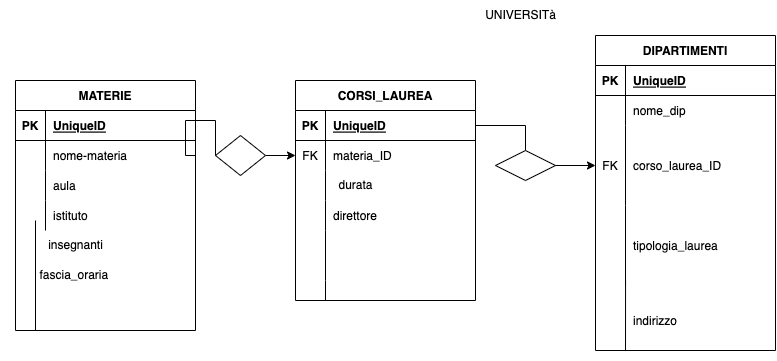
This is university.png from DezVibez/db-university, a draw.io export, as it was before one commit. Source tidied: cells renumbered, new cells last; positions are measured from the earlier drawing's top-left corner, leaving out a move shared by most shapes.
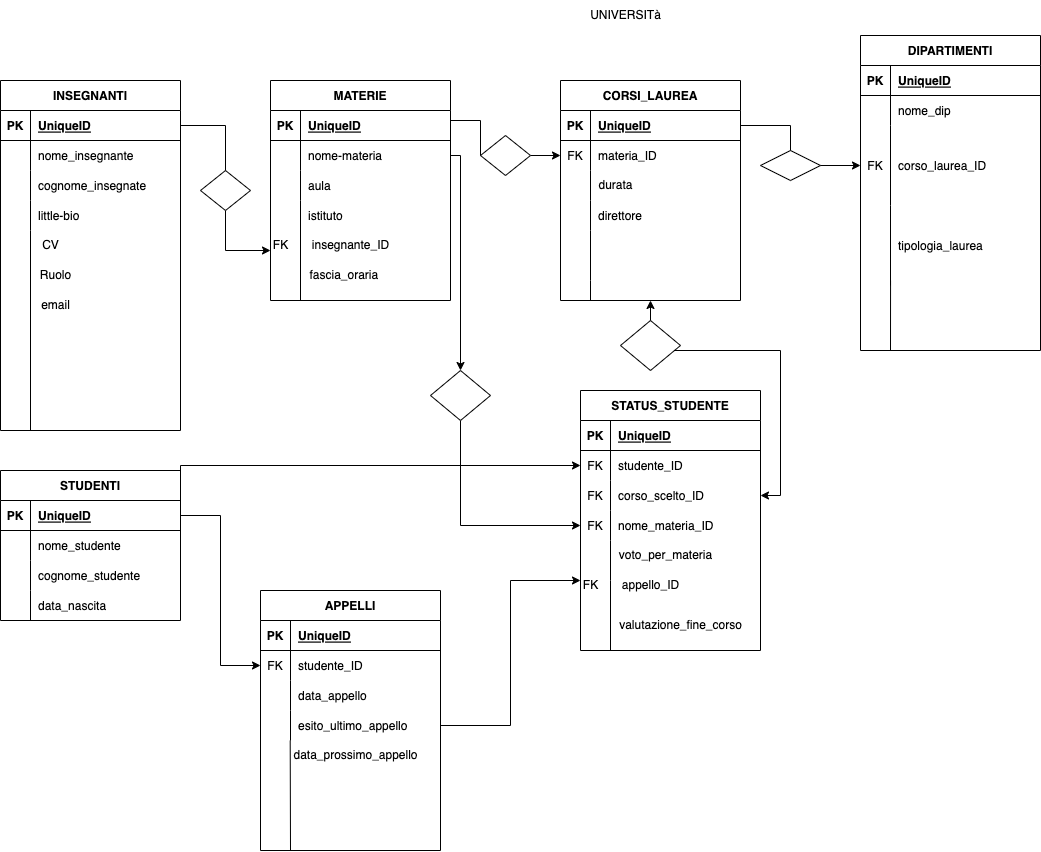
Later version of the same file.

Commit message:
dovremmo esserci, mancano relazioni

Diff of the diagram source:
```diff
@@ -5,3 +5,3 @@
     <mxCell id="2" value="UNIVERSITà" style="text;html=1;align=center;verticalAlign=middle;fillColor=none;strokeColor=none;rounded=0;" parent="1" vertex="1">
-      <mxGeometry x="475" width="90" height="30" as="geometry" />
+      <mxGeometry x="315" width="90" height="30" as="geometry" />
     </mxCell>
@@ -46,2 +46,11 @@
     </mxCell>
+    <mxCell id="57" style="edgeStyle=orthogonalEdgeStyle;rounded=0;jettySize=auto;html=1;entryX=1;entryY=0.5;entryDx=0;entryDy=0;startArrow=none;" parent="1" edge="1" source="114" target="99">
+      <mxGeometry relative="1" as="geometry">
+        <Array as="points">
+          <mxPoint x="385" y="350" />
+          <mxPoint x="515" y="350" />
+          <mxPoint x="515" y="495" />
+        </Array>
+      </mxGeometry>
+    </mxCell>
     <mxCell id="16" value="CORSI_LAUREA" style="shape=table;startSize=30;rowLines=0;fontStyle=1;align=center;" parent="1" vertex="1">
@@ -102,3 +111,3 @@
     </mxCell>
-    <mxCell id="33" value="indirizzo" style="shape=partialRectangle;fillColor=none;top=0;left=0;bottom=0;right=0;align=left;spacingLeft=6;overflow=hidden;" parent="31" vertex="1">
+    <mxCell id="33" style="shape=partialRectangle;fillColor=none;top=0;left=0;bottom=0;right=0;align=left;spacingLeft=6;overflow=hidden;" parent="31" vertex="1">
       <mxGeometry x="30" width="150" height="80" as="geometry" />
@@ -111,3 +120,3 @@
     <mxCell id="35" value="MATERIE" style="shape=table;startSize=30;rowLines=0;fontStyle=1;align=center;" parent="1" vertex="1">
-      <mxGeometry x="5" y="80" width="180" height="250" as="geometry" />
+      <mxGeometry x="5" y="80" width="180" height="220" as="geometry" />
     </mxCell>
@@ -155,4 +164,4 @@
     </mxCell>
-    <mxCell id="49" value="insegnanti" style="text;html=1;align=center;verticalAlign=middle;strokeColor=none;fillColor=none;" parent="1" vertex="1">
-      <mxGeometry x="35" y="230" width="80" height="30" as="geometry" />
+    <mxCell id="49" value="insegnante_ID" style="text;html=1;align=center;verticalAlign=middle;strokeColor=none;fillColor=none;" parent="1" vertex="1">
+      <mxGeometry x="35" y="230" width="100" height="30" as="geometry" />
     </mxCell>
@@ -165,3 +174,3 @@
     <mxCell id="51" value="durata" style="text;html=1;align=center;verticalAlign=middle;strokeColor=none;fillColor=none;" parent="1" vertex="1">
-      <mxGeometry x="325" y="170" width="60" height="30" as="geometry" />
+      <mxGeometry x="320" y="170" width="60" height="30" as="geometry" />
     </mxCell>
@@ -169,3 +178,3 @@
       <mxGeometry relative="1" as="geometry">
-        <mxPoint x="35" y="330" as="sourcePoint" />
+        <mxPoint x="35" y="300" as="sourcePoint" />
         <mxPoint x="35" y="220" as="targetPoint" />
@@ -188,4 +197,262 @@
     <mxCell id="56" value="&amp;nbsp; &amp;nbsp; &amp;nbsp; &amp;nbsp; fascia_oraria" style="text;html=1;align=center;verticalAlign=middle;strokeColor=none;fillColor=none;" parent="1" vertex="1">
-      <mxGeometry y="260" width="120" height="30" as="geometry" />
+      <mxGeometry x="5" y="260" width="120" height="30" as="geometry" />
     </mxCell>
+    <mxCell id="58" value="INSEGNANTI" style="shape=table;startSize=30;rowLines=0;fontStyle=1;align=center;" parent="1" vertex="1">
+      <mxGeometry x="-265" y="80" width="180" height="350" as="geometry" />
+    </mxCell>
+    <mxCell id="59" style="shape=tableRow;horizontal=0;startSize=0;swimlaneHead=0;swimlaneBody=0;fillColor=none;points=[[0,0.5],[1,0.5]];portConstraint=eastwest;top=0;left=0;right=0;bottom=1;" parent="58" vertex="1">
+      <mxGeometry y="30" width="180" height="30" as="geometry" />
+    </mxCell>
+    <mxCell id="60" value="PK" style="shape=partialRectangle;fillColor=none;top=0;left=0;bottom=0;right=0;fontStyle=1;overflow=hidden;" parent="59" vertex="1">
+      <mxGeometry width="30" height="30" as="geometry" />
+    </mxCell>
+    <mxCell id="61" value="UniqueID" style="shape=partialRectangle;fillColor=none;top=0;left=0;bottom=0;right=0;align=left;spacingLeft=6;fontStyle=5;overflow=hidden;" parent="59" vertex="1">
+      <mxGeometry x="30" width="150" height="30" as="geometry" />
+    </mxCell>
+    <mxCell id="62" style="shape=tableRow;horizontal=0;startSize=0;swimlaneHead=0;swimlaneBody=0;fillColor=none;top=0;left=0;right=0;bottom=0;" parent="58" vertex="1">
+      <mxGeometry y="60" width="180" height="30" as="geometry" />
+    </mxCell>
+    <mxCell id="63" style="shape=partialRectangle;fillColor=none;top=0;left=0;bottom=0;right=0;overflow=hidden;" parent="62" vertex="1">
+      <mxGeometry width="30" height="30" as="geometry" />
+    </mxCell>
+    <mxCell id="64" value="nome_insegnante" style="shape=partialRectangle;fillColor=none;top=0;left=0;bottom=0;right=0;align=left;spacingLeft=6;overflow=hidden;" parent="62" vertex="1">
+      <mxGeometry x="30" width="150" height="30" as="geometry" />
+    </mxCell>
+    <mxCell id="65" style="shape=tableRow;horizontal=0;startSize=0;swimlaneHead=0;swimlaneBody=0;fillColor=none;top=0;left=0;right=0;bottom=0;" parent="58" vertex="1">
+      <mxGeometry y="90" width="180" height="30" as="geometry" />
+    </mxCell>
+    <mxCell id="66" style="shape=partialRectangle;fillColor=none;top=0;left=0;bottom=0;right=0;overflow=hidden;" parent="65" vertex="1">
+      <mxGeometry width="30" height="30" as="geometry" />
+    </mxCell>
+    <mxCell id="67" value="cognome_insegnate" style="shape=partialRectangle;fillColor=none;top=0;left=0;bottom=0;right=0;align=left;spacingLeft=6;overflow=hidden;" parent="65" vertex="1">
+      <mxGeometry x="30" width="150" height="30" as="geometry" />
+    </mxCell>
+    <mxCell id="68" style="shape=tableRow;horizontal=0;startSize=0;swimlaneHead=0;swimlaneBody=0;fillColor=none;top=0;left=0;right=0;bottom=0;" parent="58" vertex="1">
+      <mxGeometry y="120" width="180" height="30" as="geometry" />
+    </mxCell>
+    <mxCell id="69" style="shape=partialRectangle;fillColor=none;top=0;left=0;bottom=0;right=0;overflow=hidden;" parent="68" vertex="1">
+      <mxGeometry width="30" height="30" as="geometry" />
+    </mxCell>
+    <mxCell id="70" value="little-bio" style="shape=partialRectangle;fillColor=none;top=0;left=0;bottom=0;right=0;align=left;spacingLeft=6;overflow=hidden;" parent="68" vertex="1">
+      <mxGeometry x="30" width="150" height="30" as="geometry" />
+    </mxCell>
+    <mxCell id="71" style="endArrow=none;html=1;rounded=0;" parent="1" edge="1">
+      <mxGeometry relative="1" as="geometry">
+        <mxPoint x="-235" y="430" as="sourcePoint" />
+        <mxPoint x="-235" y="230" as="targetPoint" />
+      </mxGeometry>
+    </mxCell>
+    <mxCell id="72" value="CV" style="text;html=1;align=center;verticalAlign=middle;strokeColor=none;fillColor=none;" parent="1" vertex="1">
+      <mxGeometry x="-235" y="230" width="40" height="30" as="geometry" />
+    </mxCell>
+    <mxCell id="73" value="Ruolo" style="text;html=1;align=center;verticalAlign=middle;strokeColor=none;fillColor=none;" parent="1" vertex="1">
+      <mxGeometry x="-235" y="260" width="50" height="30" as="geometry" />
+    </mxCell>
+    <mxCell id="74" style="edgeStyle=orthogonalEdgeStyle;rounded=0;jettySize=auto;html=1;startArrow=none;" parent="1" edge="1" source="75">
+      <mxGeometry relative="1" as="geometry">
+        <mxPoint x="5" y="250" as="targetPoint" />
+        <Array as="points">
+          <mxPoint x="-40" y="250" />
+        </Array>
+      </mxGeometry>
+    </mxCell>
+    <mxCell id="75" style="rhombus;whiteSpace=wrap;html=1;" parent="1" vertex="1">
+      <mxGeometry x="-65" y="170" width="50" height="40" as="geometry" />
+    </mxCell>
+    <mxCell id="76" style="edgeStyle=orthogonalEdgeStyle;rounded=0;jettySize=auto;html=1;endArrow=none;" parent="1" edge="1" source="59" target="75">
+      <mxGeometry relative="1" as="geometry" />
+    </mxCell>
+    <mxCell id="77" value="FK" style="text;html=1;align=center;verticalAlign=middle;strokeColor=none;fillColor=none;" parent="1" vertex="1">
+      <mxGeometry x="-5" y="230" width="40" height="30" as="geometry" />
+    </mxCell>
+    <mxCell id="78" value="STUDENTI" style="shape=table;startSize=30;rowLines=0;fontStyle=1;align=center;" parent="1" vertex="1">
+      <mxGeometry x="-265" y="470" width="180" height="150" as="geometry" />
+    </mxCell>
+    <mxCell id="79" style="shape=tableRow;horizontal=0;startSize=0;swimlaneHead=0;swimlaneBody=0;fillColor=none;points=[[0,0.5],[1,0.5]];portConstraint=eastwest;top=0;left=0;right=0;bottom=1;" parent="78" vertex="1">
+      <mxGeometry y="30" width="180" height="30" as="geometry" />
+    </mxCell>
+    <mxCell id="80" value="PK" style="shape=partialRectangle;fillColor=none;top=0;left=0;bottom=0;right=0;fontStyle=1;overflow=hidden;" parent="79" vertex="1">
+      <mxGeometry width="30" height="30" as="geometry" />
+    </mxCell>
+    <mxCell id="81" value="UniqueID" style="shape=partialRectangle;fillColor=none;top=0;left=0;bottom=0;right=0;align=left;spacingLeft=6;fontStyle=5;overflow=hidden;" parent="79" vertex="1">
+      <mxGeometry x="30" width="150" height="30" as="geometry" />
+    </mxCell>
+    <mxCell id="82" style="shape=tableRow;horizontal=0;startSize=0;swimlaneHead=0;swimlaneBody=0;fillColor=none;top=0;left=0;right=0;bottom=0;" parent="78" vertex="1">
+      <mxGeometry y="60" width="180" height="30" as="geometry" />
+    </mxCell>
+    <mxCell id="83" style="shape=partialRectangle;fillColor=none;top=0;left=0;bottom=0;right=0;overflow=hidden;" parent="82" vertex="1">
+      <mxGeometry width="30" height="30" as="geometry" />
+    </mxCell>
+    <mxCell id="84" value="nome_studente" style="shape=partialRectangle;fillColor=none;top=0;left=0;bottom=0;right=0;align=left;spacingLeft=6;overflow=hidden;" parent="82" vertex="1">
+      <mxGeometry x="30" width="150" height="30" as="geometry" />
+    </mxCell>
+    <mxCell id="85" style="shape=tableRow;horizontal=0;startSize=0;swimlaneHead=0;swimlaneBody=0;fillColor=none;top=0;left=0;right=0;bottom=0;" parent="78" vertex="1">
+      <mxGeometry y="90" width="180" height="30" as="geometry" />
+    </mxCell>
+    <mxCell id="86" style="shape=partialRectangle;fillColor=none;top=0;left=0;bottom=0;right=0;overflow=hidden;" parent="85" vertex="1">
+      <mxGeometry width="30" height="30" as="geometry" />
+    </mxCell>
+    <mxCell id="87" value="cognome_studente" style="shape=partialRectangle;fillColor=none;top=0;left=0;bottom=0;right=0;align=left;spacingLeft=6;overflow=hidden;" parent="85" vertex="1">
+      <mxGeometry x="30" width="150" height="30" as="geometry" />
+    </mxCell>
+    <mxCell id="88" style="shape=tableRow;horizontal=0;startSize=0;swimlaneHead=0;swimlaneBody=0;fillColor=none;top=0;left=0;right=0;bottom=0;" parent="78" vertex="1">
+      <mxGeometry y="120" width="180" height="30" as="geometry" />
+    </mxCell>
+    <mxCell id="89" style="shape=partialRectangle;fillColor=none;top=0;left=0;bottom=0;right=0;overflow=hidden;" parent="88" vertex="1">
+      <mxGeometry width="30" height="30" as="geometry" />
+    </mxCell>
+    <mxCell id="90" value="data_nascita" style="shape=partialRectangle;fillColor=none;top=0;left=0;bottom=0;right=0;align=left;spacingLeft=6;overflow=hidden;" parent="88" vertex="1">
+      <mxGeometry x="30" width="150" height="30" as="geometry" />
+    </mxCell>
+    <mxCell id="91" value="email" style="text;html=1;align=center;verticalAlign=middle;strokeColor=none;fillColor=none;" parent="1" vertex="1">
+      <mxGeometry x="-235" y="290" width="50" height="30" as="geometry" />
+    </mxCell>
+    <mxCell id="92" value="STATUS_STUDENTE" style="shape=table;startSize=30;rowLines=0;fontStyle=1;align=center;" parent="1" vertex="1">
+      <mxGeometry x="315" y="390" width="180" height="260" as="geometry" />
+    </mxCell>
+    <mxCell id="93" style="shape=tableRow;horizontal=0;startSize=0;swimlaneHead=0;swimlaneBody=0;fillColor=none;top=0;left=0;right=0;bottom=1;" parent="92" vertex="1">
+      <mxGeometry y="30" width="180" height="30" as="geometry" />
+    </mxCell>
+    <mxCell id="94" value="PK" style="shape=partialRectangle;fillColor=none;top=0;left=0;bottom=0;right=0;fontStyle=1;overflow=hidden;" parent="93" vertex="1">
+      <mxGeometry width="30" height="30" as="geometry" />
+    </mxCell>
+    <mxCell id="95" value="UniqueID" style="shape=partialRectangle;fillColor=none;top=0;left=0;bottom=0;right=0;align=left;spacingLeft=6;fontStyle=5;overflow=hidden;" parent="93" vertex="1">
+      <mxGeometry x="30" width="150" height="30" as="geometry" />
+    </mxCell>
+    <mxCell id="96" style="shape=tableRow;horizontal=0;startSize=0;swimlaneHead=0;swimlaneBody=0;fillColor=none;points=[[0,0.5],[1,0.5]];portConstraint=eastwest;top=0;left=0;right=0;bottom=0;" parent="92" vertex="1">
+      <mxGeometry y="60" width="180" height="30" as="geometry" />
+    </mxCell>
+    <mxCell id="97" value="FK" style="shape=partialRectangle;fillColor=none;top=0;left=0;bottom=0;right=0;overflow=hidden;" parent="96" vertex="1">
+      <mxGeometry width="30" height="30" as="geometry" />
+    </mxCell>
+    <mxCell id="98" value="studente_ID" style="shape=partialRectangle;fillColor=none;top=0;left=0;bottom=0;right=0;align=left;spacingLeft=6;overflow=hidden;" parent="96" vertex="1">
+      <mxGeometry x="30" width="150" height="30" as="geometry" />
+    </mxCell>
+    <mxCell id="99" style="shape=tableRow;horizontal=0;startSize=0;swimlaneHead=0;swimlaneBody=0;fillColor=none;points=[[0,0.5],[1,0.5]];portConstraint=eastwest;top=0;left=0;right=0;bottom=0;" parent="92" vertex="1">
+      <mxGeometry y="90" width="180" height="30" as="geometry" />
+    </mxCell>
+    <mxCell id="100" value="FK" style="shape=partialRectangle;fillColor=none;top=0;left=0;bottom=0;right=0;overflow=hidden;" parent="99" vertex="1">
+      <mxGeometry width="30" height="30" as="geometry" />
+    </mxCell>
+    <mxCell id="101" value="corso_scelto_ID" style="shape=partialRectangle;fillColor=none;top=0;left=0;bottom=0;right=0;align=left;spacingLeft=6;overflow=hidden;" parent="99" vertex="1">
+      <mxGeometry x="30" width="150" height="30" as="geometry" />
+    </mxCell>
+    <mxCell id="102" style="shape=tableRow;horizontal=0;startSize=0;swimlaneHead=0;swimlaneBody=0;fillColor=none;points=[[0,0.5],[1,0.5]];portConstraint=eastwest;top=0;left=0;right=0;bottom=0;" parent="92" vertex="1">
+      <mxGeometry y="120" width="180" height="30" as="geometry" />
+    </mxCell>
+    <mxCell id="103" value="FK" style="shape=partialRectangle;fillColor=none;top=0;left=0;bottom=0;right=0;overflow=hidden;" parent="102" vertex="1">
+      <mxGeometry width="30" height="30" as="geometry" />
+    </mxCell>
+    <mxCell id="104" value="nome_materia_ID" style="shape=partialRectangle;fillColor=none;top=0;left=0;bottom=0;right=0;align=left;spacingLeft=6;overflow=hidden;" parent="102" vertex="1">
+      <mxGeometry x="30" width="150" height="30" as="geometry" />
+    </mxCell>
+    <mxCell id="105" style="edgeStyle=orthogonalEdgeStyle;rounded=0;jettySize=auto;html=1;exitX=1;exitY=0.5;exitDx=0;exitDy=0;entryX=0;entryY=0.5;entryDx=0;entryDy=0;" parent="1" edge="1" source="79" target="96">
+      <mxGeometry relative="1" as="geometry">
+        <Array as="points">
+          <mxPoint x="-85" y="465" />
+        </Array>
+      </mxGeometry>
+    </mxCell>
+    <mxCell id="106" style="endArrow=none;html=1;rounded=0;" parent="1" edge="1">
+      <mxGeometry relative="1" as="geometry">
+        <mxPoint x="345" y="540" as="sourcePoint" />
+        <mxPoint x="345" y="650" as="targetPoint" />
+        <Array as="points">
+          <mxPoint x="345" y="580" />
+        </Array>
+      </mxGeometry>
+    </mxCell>
+    <mxCell id="107" value="appello_ID" style="text;html=1;align=center;verticalAlign=middle;strokeColor=none;fillColor=none;" parent="1" vertex="1">
+      <mxGeometry x="345" y="570" width="80" height="30" as="geometry" />
+    </mxCell>
+    <mxCell id="108" value="valutazione_fine_corso" style="text;html=1;align=center;verticalAlign=middle;strokeColor=none;fillColor=none;" parent="1" vertex="1">
+      <mxGeometry x="340" y="610" width="150" height="30" as="geometry" />
+    </mxCell>
+    <mxCell id="109" value="voto_per_materia" style="text;html=1;align=center;verticalAlign=middle;strokeColor=none;fillColor=none;" parent="1" vertex="1">
+      <mxGeometry x="340" y="540" width="120" height="30" as="geometry" />
+    </mxCell>
+    <mxCell id="110" style="edgeStyle=orthogonalEdgeStyle;rounded=0;jettySize=auto;html=1;entryX=0;entryY=0.5;entryDx=0;entryDy=0;" parent="1" edge="1" source="111" target="102">
+      <mxGeometry relative="1" as="geometry" />
+    </mxCell>
+    <mxCell id="111" style="rhombus;whiteSpace=wrap;html=1;" parent="1" vertex="1">
+      <mxGeometry x="165" y="370" width="60" height="50" as="geometry" />
+    </mxCell>
+    <mxCell id="112" style="edgeStyle=orthogonalEdgeStyle;rounded=0;jettySize=auto;html=1;" parent="1" edge="1" source="39" target="111">
+      <mxGeometry relative="1" as="geometry">
+        <Array as="points">
+          <mxPoint x="195" y="155" />
+        </Array>
+      </mxGeometry>
+    </mxCell>
+    <mxCell id="113" style="edgeStyle=orthogonalEdgeStyle;rounded=0;jettySize=auto;html=1;exitX=0.5;exitY=0;exitDx=0;exitDy=0;entryX=0.5;entryY=1;entryDx=0;entryDy=0;" parent="1" edge="1" source="114" target="16">
+      <mxGeometry relative="1" as="geometry" />
+    </mxCell>
+    <mxCell id="114" style="rhombus;whiteSpace=wrap;html=1;" parent="1" vertex="1">
+      <mxGeometry x="355" y="320" width="60" height="50" as="geometry" />
+    </mxCell>
+    <mxCell id="115" value="FK" style="text;html=1;align=center;verticalAlign=middle;strokeColor=none;fillColor=none;" parent="1" vertex="1">
+      <mxGeometry x="305" y="570" width="40" height="30" as="geometry" />
+    </mxCell>
+    <mxCell id="116" value="APPELLI" style="shape=table;startSize=30;rowLines=0;fontStyle=1;align=center;" parent="1" vertex="1">
+      <mxGeometry x="-5" y="590" width="180" height="260" as="geometry" />
+    </mxCell>
+    <mxCell id="117" style="shape=tableRow;horizontal=0;startSize=0;swimlaneHead=0;swimlaneBody=0;fillColor=none;top=0;left=0;right=0;bottom=1;" parent="116" vertex="1">
+      <mxGeometry y="30" width="180" height="30" as="geometry" />
+    </mxCell>
+    <mxCell id="118" value="PK" style="shape=partialRectangle;fillColor=none;top=0;left=0;bottom=0;right=0;fontStyle=1;overflow=hidden;" parent="117" vertex="1">
+      <mxGeometry width="30" height="30" as="geometry" />
+    </mxCell>
+    <mxCell id="119" value="UniqueID" style="shape=partialRectangle;fillColor=none;top=0;left=0;bottom=0;right=0;align=left;spacingLeft=6;fontStyle=5;overflow=hidden;" parent="117" vertex="1">
+      <mxGeometry x="30" width="150" height="30" as="geometry" />
+    </mxCell>
+    <mxCell id="120" style="shape=tableRow;horizontal=0;startSize=0;swimlaneHead=0;swimlaneBody=0;fillColor=none;points=[[0,0.5],[1,0.5]];portConstraint=eastwest;top=0;left=0;right=0;bottom=0;" parent="116" vertex="1">
+      <mxGeometry y="60" width="180" height="30" as="geometry" />
+    </mxCell>
+    <mxCell id="121" value="FK" style="shape=partialRectangle;fillColor=none;top=0;left=0;bottom=0;right=0;overflow=hidden;" parent="120" vertex="1">
+      <mxGeometry width="30" height="30" as="geometry" />
+    </mxCell>
+    <mxCell id="122" value="studente_ID" style="shape=partialRectangle;fillColor=none;top=0;left=0;bottom=0;right=0;align=left;spacingLeft=6;overflow=hidden;" parent="120" vertex="1">
+      <mxGeometry x="30" width="150" height="30" as="geometry" />
+    </mxCell>
+    <mxCell id="123" style="shape=tableRow;horizontal=0;startSize=0;swimlaneHead=0;swimlaneBody=0;fillColor=none;top=0;left=0;right=0;bottom=0;" parent="116" vertex="1">
+      <mxGeometry y="90" width="180" height="30" as="geometry" />
+    </mxCell>
+    <mxCell id="124" style="shape=partialRectangle;fillColor=none;top=0;left=0;bottom=0;right=0;overflow=hidden;" parent="123" vertex="1">
+      <mxGeometry width="30" height="30" as="geometry" />
+    </mxCell>
+    <mxCell id="125" value="data_appello" style="shape=partialRectangle;fillColor=none;top=0;left=0;bottom=0;right=0;align=left;spacingLeft=6;overflow=hidden;" parent="123" vertex="1">
+      <mxGeometry x="30" width="150" height="30" as="geometry" />
+    </mxCell>
+    <mxCell id="126" style="shape=tableRow;horizontal=0;startSize=0;swimlaneHead=0;swimlaneBody=0;fillColor=none;points=[[0,0.5],[1,0.5]];portConstraint=eastwest;top=0;left=0;right=0;bottom=0;" parent="116" vertex="1">
+      <mxGeometry y="120" width="180" height="30" as="geometry" />
+    </mxCell>
+    <mxCell id="127" style="shape=partialRectangle;fillColor=none;top=0;left=0;bottom=0;right=0;overflow=hidden;" parent="126" vertex="1">
+      <mxGeometry width="30" height="30" as="geometry" />
+    </mxCell>
+    <mxCell id="128" value="esito_ultimo_appello" style="shape=partialRectangle;fillColor=none;top=0;left=0;bottom=0;right=0;align=left;spacingLeft=6;overflow=hidden;" parent="126" vertex="1">
+      <mxGeometry x="30" width="150" height="30" as="geometry" />
+    </mxCell>
+    <mxCell id="129" style="endArrow=none;html=1;rounded=0;exitX=0.165;exitY=0.998;exitDx=0;exitDy=0;exitPerimeter=0;" parent="1" edge="1" source="126">
+      <mxGeometry relative="1" as="geometry">
+        <mxPoint x="25" y="850" as="targetPoint" />
+        <Array as="points">
+          <mxPoint x="25" y="740" />
+        </Array>
+      </mxGeometry>
+    </mxCell>
+    <mxCell id="130" value="data_prossimo_appello" style="text;html=1;align=center;verticalAlign=middle;strokeColor=none;fillColor=none;" parent="1" vertex="1">
+      <mxGeometry x="15" y="740" width="150" height="30" as="geometry" />
+    </mxCell>
+    <mxCell id="131" style="edgeStyle=orthogonalEdgeStyle;rounded=0;jettySize=auto;html=1;entryX=0;entryY=0.5;entryDx=0;entryDy=0;" parent="1" edge="1" source="79" target="120">
+      <mxGeometry relative="1" as="geometry" />
+    </mxCell>
+    <mxCell id="132" style="edgeStyle=orthogonalEdgeStyle;rounded=0;jettySize=auto;html=1;" parent="1" edge="1" source="126">
+      <mxGeometry relative="1" as="geometry">
+        <mxPoint x="315" y="580" as="targetPoint" />
+        <Array as="points">
+          <mxPoint x="245" y="725" />
+          <mxPoint x="245" y="580" />
+        </Array>
+      </mxGeometry>
+    </mxCell>
   </root>
```
